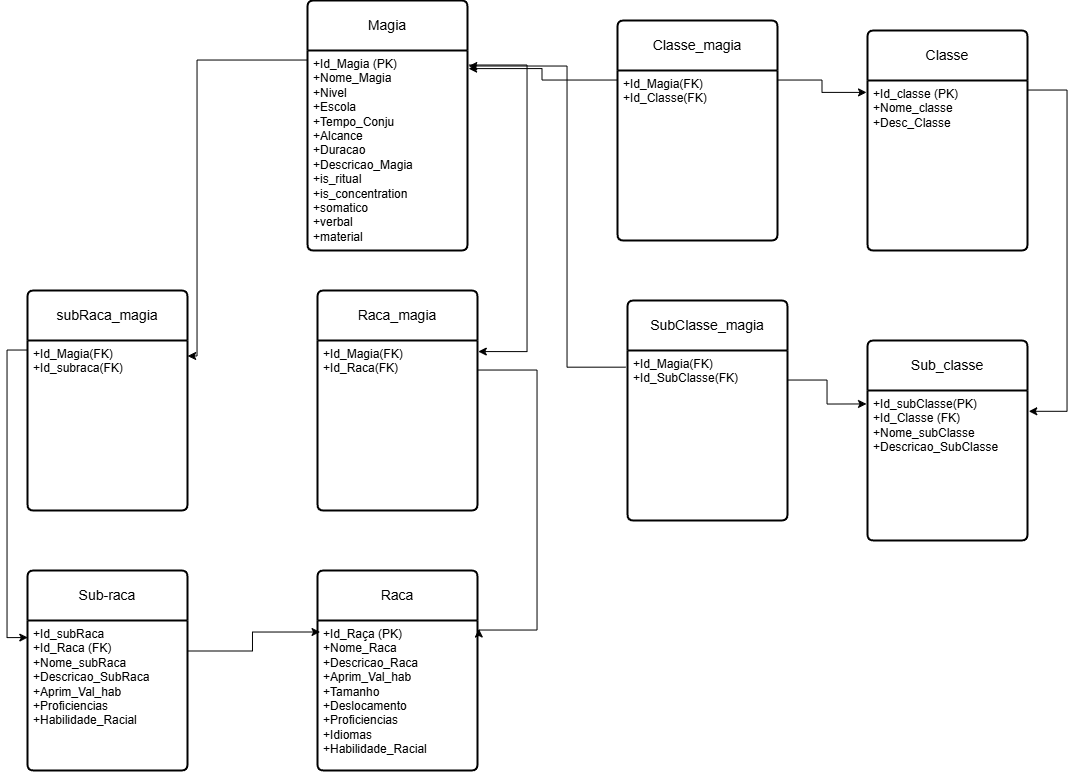
Before: magias.drawio.png, a diagram exported from draw.io (VitorFonseca123/DnD-RPG). Source tidied: cells renumbered, new cells last; positions are measured from the earlier drawing's top-left corner, leaving out a move shared by most shapes.
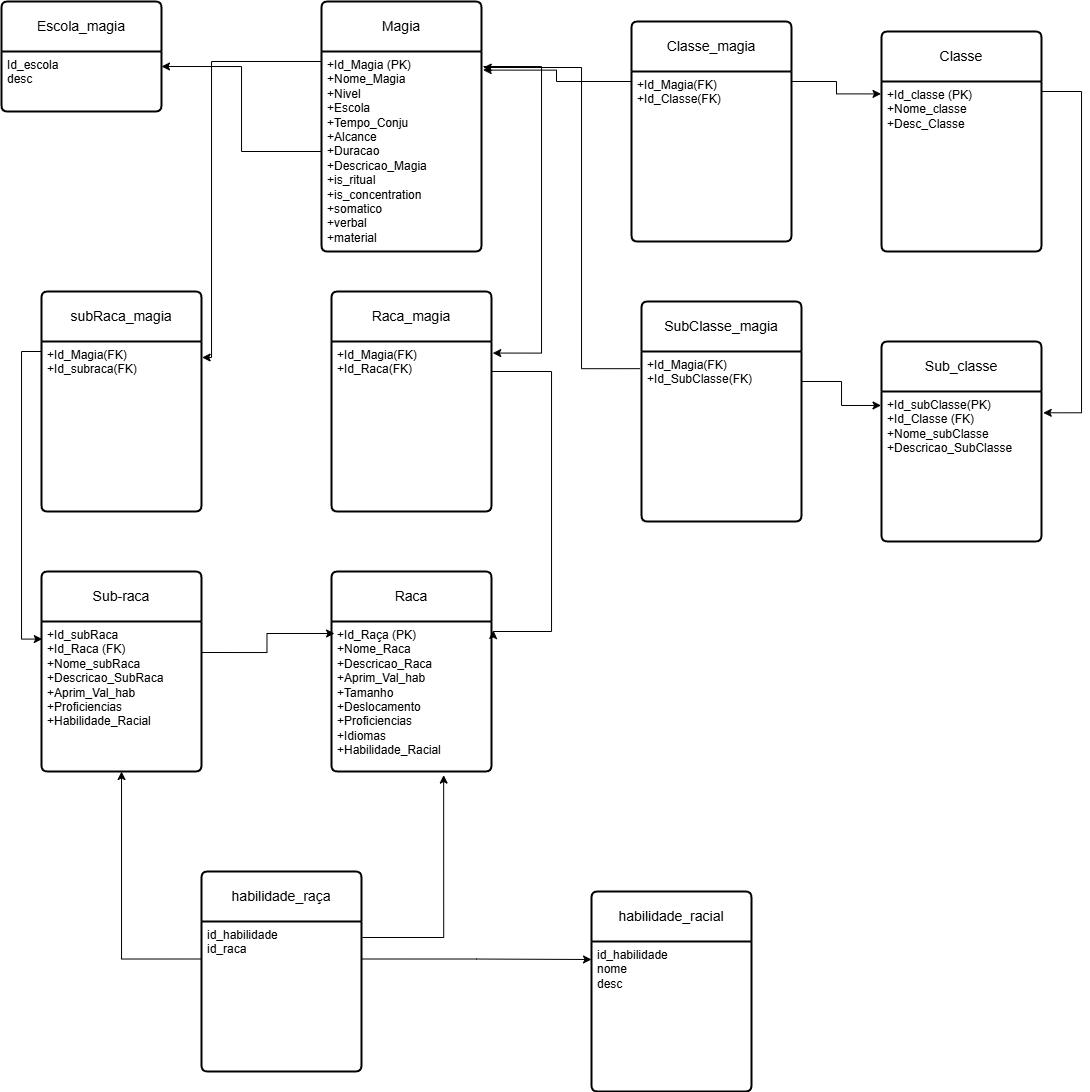
Above is the later version.

What changed in the source:
```diff
@@ -134,5 +134,35 @@
         </Array>
       </mxGeometry>
     </mxCell>
+    <mxCell id="30" value="Escola_magia" style="swimlane;horizontal=1;startSize=50;rounded=1;fontSize=14;fontStyle=0;strokeWidth=2;shadow=0;dashed=0;align=center;arcSize=4;whiteSpace=wrap;html=1;" parent="1" vertex="1">
+      <mxGeometry x="-20" width="160" height="110" as="geometry" />
+    </mxCell>
+    <mxCell id="31" value="Id_escola&lt;div&gt;desc&lt;/div&gt;" style="align=left;strokeColor=none;fillColor=none;spacingLeft=4;spacingRight=4;fontSize=12;verticalAlign=top;html=1;whiteSpace=wrap;" parent="30" vertex="1">
+      <mxGeometry y="50" width="160" height="60" as="geometry" />
+    </mxCell>
+    <mxCell id="32" style="edgeStyle=orthogonalEdgeStyle;rounded=0;jettySize=auto;html=1;exitX=0;exitY=0.5;exitDx=0;exitDy=0;entryX=1;entryY=0.25;entryDx=0;entryDy=0;" parent="1" edge="1" source="3" target="31">
+      <mxGeometry relative="1" as="geometry" />
+    </mxCell>
+    <mxCell id="33" value="habilidade_racial" style="swimlane;horizontal=1;startSize=50;rounded=1;fontSize=14;fontStyle=0;strokeWidth=2;shadow=0;dashed=0;align=center;arcSize=4;whiteSpace=wrap;html=1;rotation=0;" parent="1" vertex="1">
+      <mxGeometry x="570" y="890" width="160" height="200" as="geometry" />
+    </mxCell>
+    <mxCell id="34" value="id_habilidade&lt;div&gt;nome&lt;/div&gt;&lt;div&gt;desc&lt;/div&gt;" style="align=left;strokeColor=none;fillColor=none;spacingLeft=4;spacingRight=4;fontSize=12;verticalAlign=top;html=1;whiteSpace=wrap;" parent="33" vertex="1">
+      <mxGeometry y="50" width="160" height="150" as="geometry" />
+    </mxCell>
+    <mxCell id="35" value="habilidade_raça" style="swimlane;horizontal=1;startSize=50;rounded=1;fontSize=14;fontStyle=0;strokeWidth=2;shadow=0;dashed=0;align=center;arcSize=4;whiteSpace=wrap;html=1;rotation=0;points=[[0,0,0,0,0],[0,0.25,0,0,0],[0,0.5,0,0,0],[0,0.75,0,0,0],[0,1,0,0,0],[0.25,0,0,0,0],[0.25,1,0,0,0],[0.5,0,0,0,0],[0.5,1,0,0,0],[0.75,0,0,0,0],[0.75,1,0,0,0],[1,0,0,0,0],[1,0.25,0,0,0],[1,0.33,0,1,0],[1,0.38,0,1,0],[1,0.42,0,0,0],[1,0.49,0,0,0],[1,0.55,0,1,0],[1,0.75,0,0,0],[1,1,0,0,0]];" parent="1" vertex="1">
+      <mxGeometry x="180" y="870" width="160" height="200" as="geometry" />
+    </mxCell>
+    <mxCell id="36" value="id_habilidade&lt;div&gt;id_raca&lt;/div&gt;" style="align=left;strokeColor=none;fillColor=none;spacingLeft=4;spacingRight=4;fontSize=12;verticalAlign=top;html=1;whiteSpace=wrap;" parent="35" vertex="1">
+      <mxGeometry y="50" width="160" height="150" as="geometry" />
+    </mxCell>
+    <mxCell id="37" style="edgeStyle=orthogonalEdgeStyle;rounded=0;jettySize=auto;html=1;exitX=1;exitY=0.25;exitDx=0;exitDy=0;entryX=0;entryY=0.12;entryDx=0;entryDy=0;entryPerimeter=0;" parent="1" edge="1" source="36" target="34">
+      <mxGeometry relative="1" as="geometry" />
+    </mxCell>
+    <mxCell id="38" style="edgeStyle=orthogonalEdgeStyle;rounded=0;jettySize=auto;html=1;exitX=0;exitY=0.25;exitDx=0;exitDy=0;" parent="1" edge="1" source="36" target="7">
+      <mxGeometry relative="1" as="geometry" />
+    </mxCell>
+    <mxCell id="39" style="edgeStyle=orthogonalEdgeStyle;rounded=0;jettySize=auto;html=1;exitX=1;exitY=0.33;exitDx=1;exitDy=0;exitPerimeter=0;entryX=0.701;entryY=1.024;entryDx=0;entryDy=0;entryPerimeter=0;" parent="1" edge="1" source="35" target="5">
+      <mxGeometry relative="1" as="geometry" />
+    </mxCell>
   </root>
 </mxGraphModel>
```
